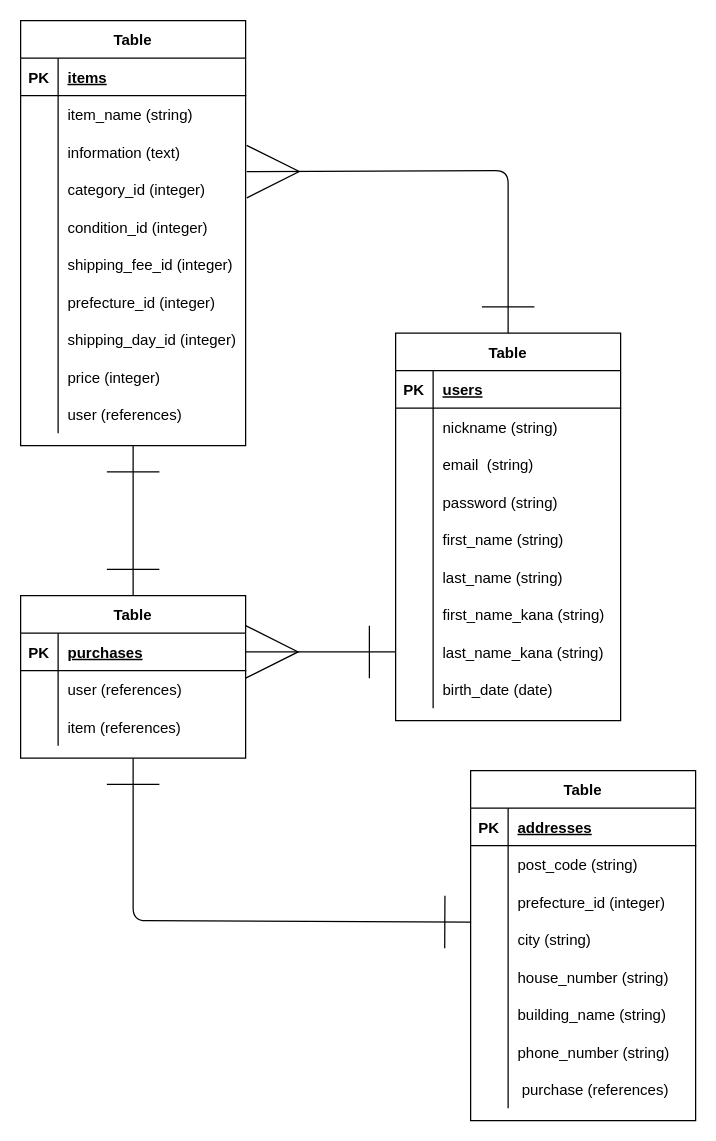
haise0807/furima-37138 keeps this draw.io diagram as furima.dio. Above is the earlier version. Source tidied: cells renumbered, new cells numbered last; positions are measured from the earlier drawing's top-left corner, leaving out a move shared by most shapes. Both pictures are drawn from the tidied source at 125%, with x=0, y=0 at pixel (20, 20).
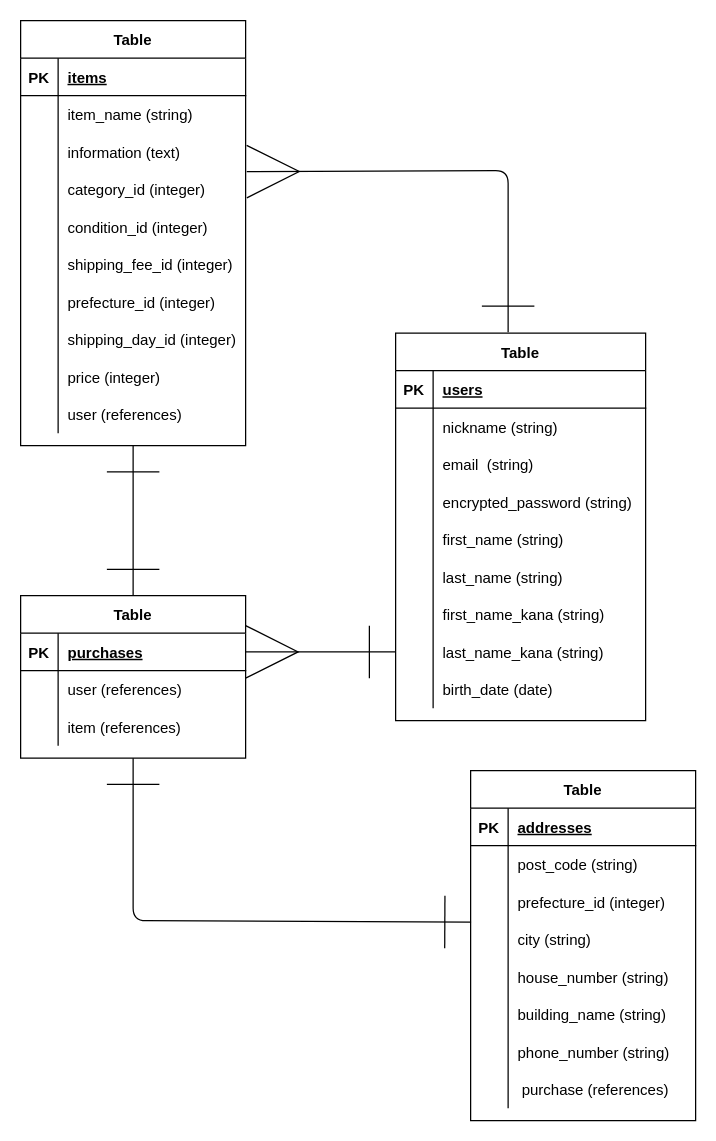
After the change.

The change refers to these unchanged cells:
```xml
<mxCell id="10" style="shape=partialRectangle;fillColor=none;top=0;left=0;bottom=0;right=0;points=[[0,0.5],[1,0.5]];portConstraint=eastwest;" parent="3" vertex="1">
  <mxGeometry y="90" width="180" height="30" as="geometry" />
</mxCell>
```

What changed in the source:
```diff
@@
-    <mxCell id="34" style="edgeStyle=none;html=1;exitX=0.5;exitY=0;exitDx=0;exitDy=0;endArrow=ERmany;endFill=0;strokeWidth=1;endSize=40;entryX=1.005;entryY=1.027;entryDx=0;entryDy=0;entryPerimeter=0;startArrow=ERone;startFill=0;startSize=40;" parent="1" edge="1" source="35" target="10">
+    <mxCell id="34" style="edgeStyle=none;html=1;exitX=0.45;exitY=-0.002;exitDx=0;exitDy=0;endArrow=ERmany;endFill=0;strokeWidth=1;endSize=40;entryX=1.005;entryY=1.027;entryDx=0;entryDy=0;entryPerimeter=0;startArrow=ERone;startFill=0;startSize=40;exitPerimeter=0;" parent="1" edge="1" source="35" target="10">
       <mxGeometry relative="1" as="geometry">
         <Array as="points">
           <mxPoint x="390" y="120" />
         </Array>
       </mxGeometry>
     </mxCell>
     <mxCell id="35" value="Table" style="shape=table;startSize=30;childLayout=tableLayout;rowLines=0;fontStyle=1;align=center;" parent="1" vertex="1">
-      <mxGeometry x="300" y="250" width="180" height="310" as="geometry" />
+      <mxGeometry x="300" y="250" width="200" height="310" as="geometry" />
     </mxCell>
     <mxCell id="36" style="shape=partialRectangle;fillColor=none;top=0;left=0;bottom=1;right=0;" parent="35" vertex="1">
-      <mxGeometry y="30" width="180" height="30" as="geometry" />
+      <mxGeometry y="30" width="200" height="30" as="geometry" />
     </mxCell>
@@
     <mxCell id="38" value="users" style="shape=partialRectangle;fillColor=none;top=0;left=0;bottom=0;right=0;align=left;spacingLeft=6;fontStyle=5;overflow=hidden;" parent="36" vertex="1">
-      <mxGeometry x="30" width="150" height="30" as="geometry" />
+      <mxGeometry x="30" width="170" height="30" as="geometry" />
     </mxCell>
     <mxCell id="39" style="shape=partialRectangle;fillColor=none;top=0;left=0;bottom=0;right=0;" parent="35" vertex="1">
-      <mxGeometry y="60" width="180" height="30" as="geometry" />
+      <mxGeometry y="60" width="200" height="30" as="geometry" />
     </mxCell>
@@
     <mxCell id="41" value="nickname (string)" style="shape=partialRectangle;fillColor=none;top=0;left=0;bottom=0;right=0;align=left;spacingLeft=6;overflow=hidden;" parent="39" vertex="1">
-      <mxGeometry x="30" width="150" height="30" as="geometry" />
+      <mxGeometry x="30" width="170" height="30" as="geometry" />
     </mxCell>
     <mxCell id="42" style="shape=partialRectangle;fillColor=none;top=0;left=0;bottom=0;right=0;" parent="35" vertex="1">
-      <mxGeometry y="90" width="180" height="30" as="geometry" />
+      <mxGeometry y="90" width="200" height="30" as="geometry" />
     </mxCell>
@@
     <mxCell id="44" value="email  (string)" style="shape=partialRectangle;fillColor=none;top=0;left=0;bottom=0;right=0;align=left;spacingLeft=6;overflow=hidden;" parent="42" vertex="1">
-      <mxGeometry x="30" width="150" height="30" as="geometry" />
+      <mxGeometry x="30" width="170" height="30" as="geometry" />
     </mxCell>
     <mxCell id="45" style="shape=partialRectangle;fillColor=none;top=0;left=0;bottom=0;right=0;" parent="35" vertex="1">
-      <mxGeometry y="120" width="180" height="30" as="geometry" />
+      <mxGeometry y="120" width="200" height="30" as="geometry" />
     </mxCell>
@@
-    <mxCell id="47" value="password (string)" style="shape=partialRectangle;fillColor=none;top=0;left=0;bottom=0;right=0;align=left;spacingLeft=6;overflow=hidden;" parent="45" vertex="1">
-      <mxGeometry x="30" width="150" height="30" as="geometry" />
+    <mxCell id="47" value="encrypted_password (string)" style="shape=partialRectangle;fillColor=none;top=0;left=0;bottom=0;right=0;align=left;spacingLeft=6;overflow=hidden;" parent="45" vertex="1">
+      <mxGeometry x="30" width="170" height="30" as="geometry" />
     </mxCell>
     <mxCell id="48" style="shape=partialRectangle;fillColor=none;top=0;left=0;bottom=0;right=0;" parent="35" vertex="1">
-      <mxGeometry y="150" width="180" height="30" as="geometry" />
+      <mxGeometry y="150" width="200" height="30" as="geometry" />
     </mxCell>
@@
     <mxCell id="50" value="first_name (string)" style="shape=partialRectangle;fillColor=none;top=0;left=0;bottom=0;right=0;align=left;spacingLeft=6;overflow=hidden;" parent="48" vertex="1">
-      <mxGeometry x="30" width="150" height="30" as="geometry" />
+      <mxGeometry x="30" width="170" height="30" as="geometry" />
     </mxCell>
     <mxCell id="51" style="shape=partialRectangle;fillColor=none;top=0;left=0;bottom=0;right=0;" parent="35" vertex="1">
-      <mxGeometry y="180" width="180" height="30" as="geometry" />
+      <mxGeometry y="180" width="200" height="30" as="geometry" />
     </mxCell>
@@
     <mxCell id="53" value="last_name (string)" style="shape=partialRectangle;fillColor=none;top=0;left=0;bottom=0;right=0;align=left;spacingLeft=6;overflow=hidden;" parent="51" vertex="1">
-      <mxGeometry x="30" width="150" height="30" as="geometry" />
+      <mxGeometry x="30" width="170" height="30" as="geometry" />
     </mxCell>
     <mxCell id="54" style="shape=partialRectangle;fillColor=none;top=0;left=0;bottom=0;right=0;" parent="35" vertex="1">
-      <mxGeometry y="210" width="180" height="30" as="geometry" />
+      <mxGeometry y="210" width="200" height="30" as="geometry" />
     </mxCell>
@@
     <mxCell id="56" value="first_name_kana (string)" style="shape=partialRectangle;fillColor=none;top=0;left=0;bottom=0;right=0;align=left;spacingLeft=6;overflow=hidden;" parent="54" vertex="1">
-      <mxGeometry x="30" width="150" height="30" as="geometry" />
+      <mxGeometry x="30" width="170" height="30" as="geometry" />
     </mxCell>
     <mxCell id="57" style="shape=partialRectangle;fillColor=none;top=0;left=0;bottom=0;right=0;points=[[0,0.5],[1,0.5]];portConstraint=eastwest;" parent="35" vertex="1">
-      <mxGeometry y="240" width="180" height="30" as="geometry" />
+      <mxGeometry y="240" width="200" height="30" as="geometry" />
     </mxCell>
@@
     <mxCell id="59" value="last_name_kana (string)" style="shape=partialRectangle;fillColor=none;top=0;left=0;bottom=0;right=0;align=left;spacingLeft=6;overflow=hidden;" parent="57" vertex="1">
-      <mxGeometry x="30" width="150" height="30" as="geometry" />
+      <mxGeometry x="30" width="170" height="30" as="geometry" />
     </mxCell>
     <mxCell id="60" style="shape=partialRectangle;fillColor=none;top=0;left=0;bottom=0;right=0;" parent="35" vertex="1">
-      <mxGeometry y="270" width="180" height="30" as="geometry" />
+      <mxGeometry y="270" width="200" height="30" as="geometry" />
     </mxCell>
@@
     <mxCell id="62" value="birth_date (date)" style="shape=partialRectangle;fillColor=none;top=0;left=0;bottom=0;right=0;align=left;spacingLeft=6;overflow=hidden;" parent="60" vertex="1">
-      <mxGeometry x="30" width="150" height="30" as="geometry" />
+      <mxGeometry x="30" width="170" height="30" as="geometry" />
     </mxCell>
```
